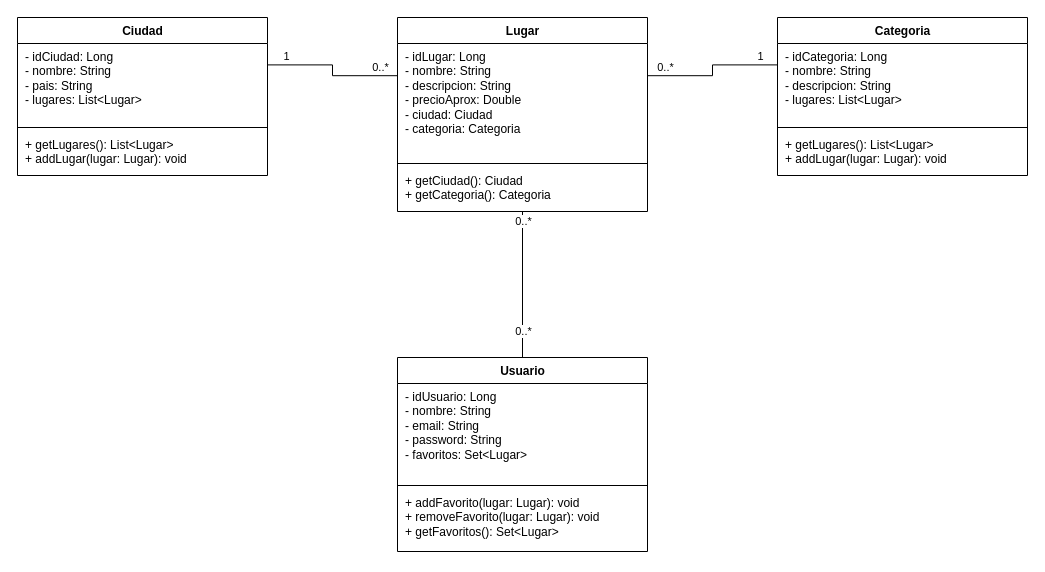
This is page "UML" (3 of 4) of docs/diagramas.drawio from danilogar019-dotcom/erasmate-backend, a draw.io file, before an edit. Source tidied: cells renumbered, new cells numbered last; positions are measured from the earlier drawing's top-left corner, leaving out a move shared by most shapes. Both pictures are drawn from the tidied source at 100%, with x=0, y=0 at pixel (17, 17).
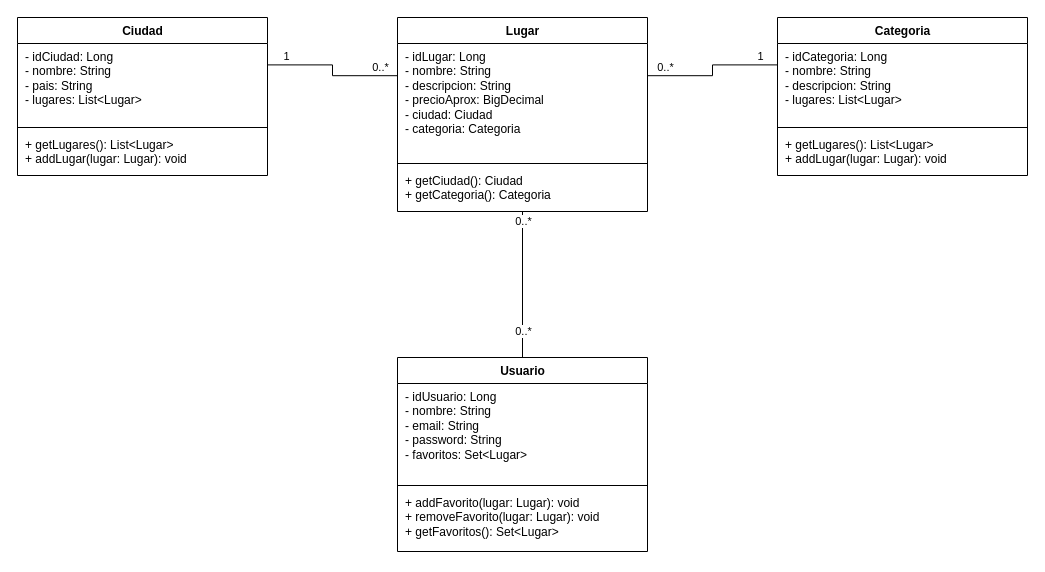
The same diagram, later.

Unchanged cells that the change refers to:
```xml
<mxCell id="6" value="Lugar" style="swimlane;fontStyle=1;align=center;verticalAlign=top;horizontal=1;startSize=26;html=1;" parent="1" vertex="1">
  <mxGeometry x="380" width="250" height="194" as="geometry" />
</mxCell>
```

The edit, as a diff of the source:
```diff
@@
-    <mxCell id="7" value="- idLugar: Long&lt;br&gt;- nombre: String&lt;br&gt;- descripcion: String&lt;br&gt;- precioAprox: Double&lt;br&gt;- ciudad: Ciudad&lt;br&gt;- categoria: Categoria" style="text;strokeColor=none;fillColor=none;align=left;verticalAlign=top;spacingLeft=6;spacingRight=4;overflow=hidden;whiteSpace=wrap;html=1;" parent="6" vertex="1">
+    <mxCell id="7" value="- idLugar: Long&lt;br&gt;- nombre: String&lt;br&gt;- descripcion: String&lt;br&gt;- precioAprox: BigDecimal&lt;br&gt;- ciudad: Ciudad&lt;br&gt;- categoria: Categoria" style="text;strokeColor=none;fillColor=none;align=left;verticalAlign=top;spacingLeft=6;spacingRight=4;overflow=hidden;whiteSpace=wrap;html=1;" parent="6" vertex="1">
       <mxGeometry y="26" width="250" height="116" as="geometry" />
     </mxCell>
```
